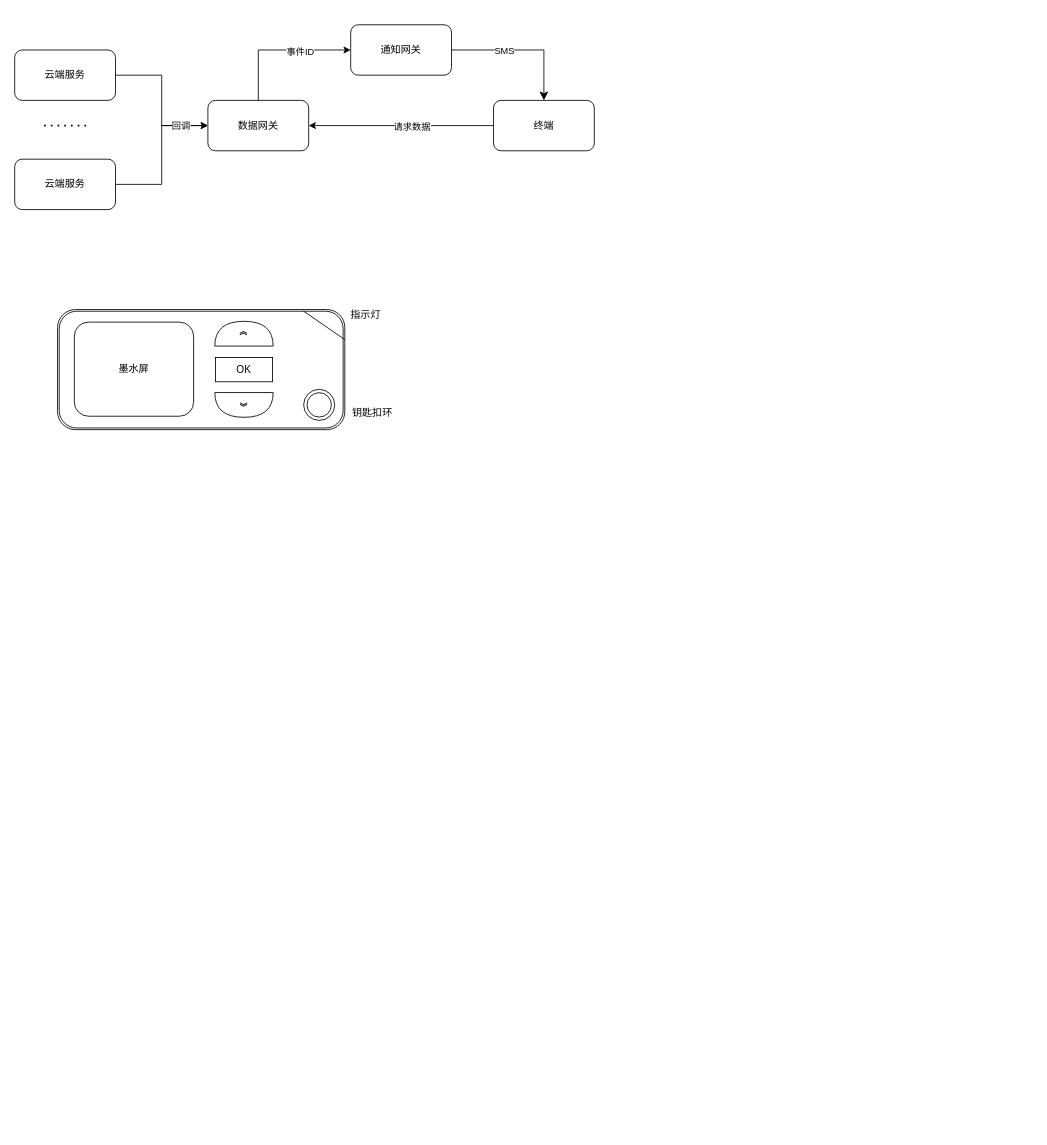
The draw.io diagram 未命名绘图.drawio in jyrnan/Diagram, before the edit. Source tidied: cells renumbered, new cells numbered last; positions are measured from the earlier drawing's top-left corner, leaving out a move shared by most shapes. Both pictures are drawn from the tidied source at 84%, with x=0, y=0 at pixel (14, 24).
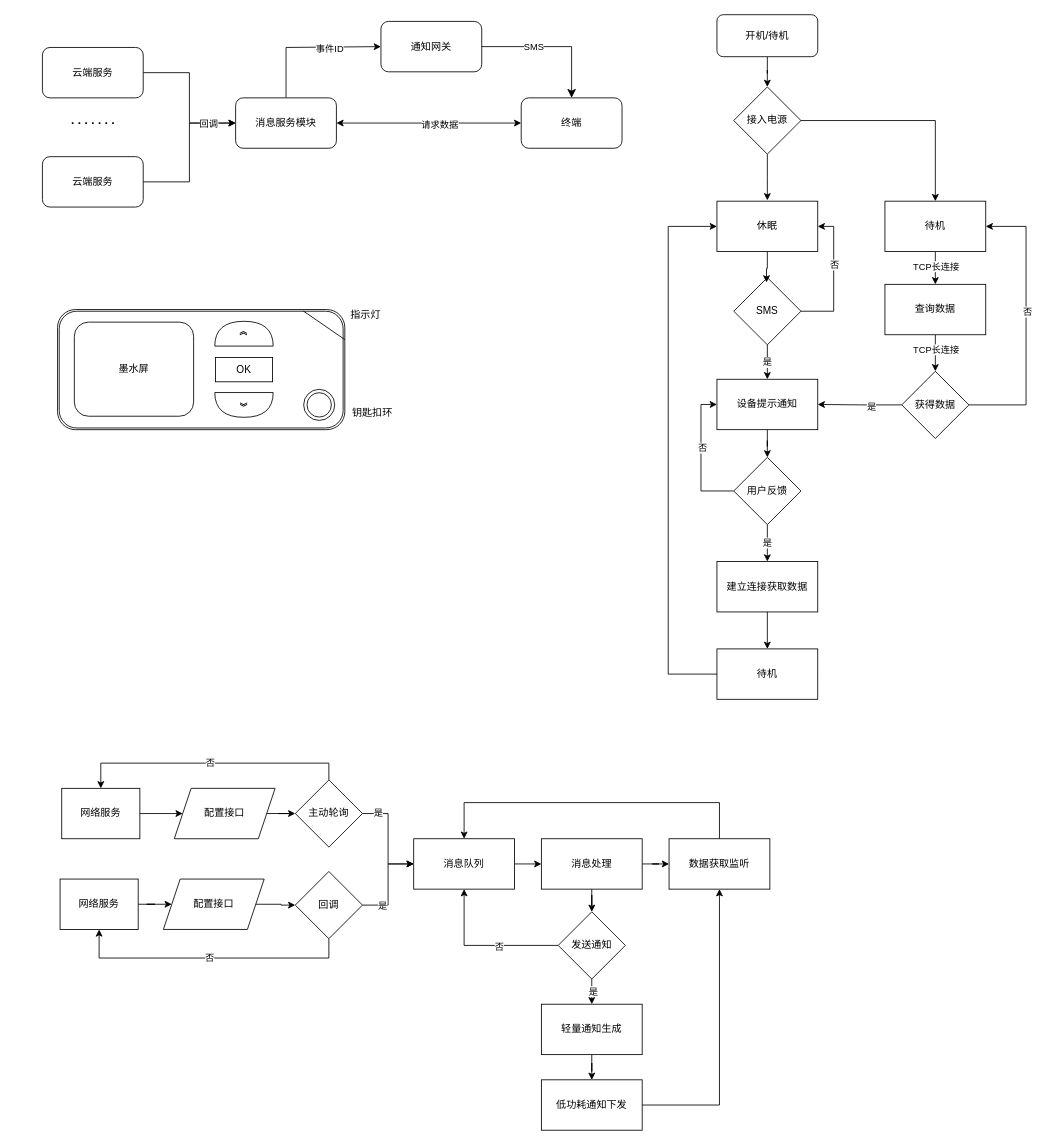
The same diagram, later.

Commit message:
更新未命名绘图.drawio

Change to the diagram source:
```diff
@@
     <mxCell id="3" value="云端服务" style="rounded=1;whiteSpace=wrap;html=1;" parent="1" vertex="1">
-      <mxGeometry y="160" width="120" height="60" as="geometry" />
+      <mxGeometry x="33" y="157" width="120" height="60" as="geometry" />
     </mxCell>
@@
     <mxCell id="6" value="云端服务" style="rounded=1;whiteSpace=wrap;html=1;" parent="1" vertex="1">
-      <mxGeometry y="30" width="120" height="60" as="geometry" />
+      <mxGeometry x="33" y="27" width="120" height="60" as="geometry" />
     </mxCell>
     <mxCell id="7" style="edgeStyle=orthogonalEdgeStyle;rounded=0;jettySize=auto;html=1;entryX=0;entryY=0.5;entryDx=0;entryDy=0;" parent="1" edge="1" source="9" target="10">
       <mxGeometry relative="1" as="geometry">
         <Array as="points">
-          <mxPoint x="290" y="30" />
+          <mxPoint x="323" y="27" />
         </Array>
       </mxGeometry>
     </mxCell>
@@
-    <mxCell id="9" value="数据网关" style="rounded=1;whiteSpace=wrap;html=1;" parent="1" vertex="1">
-      <mxGeometry x="230" y="90" width="120" height="60" as="geometry" />
+    <mxCell id="9" value="消息服务模块" style="rounded=1;whiteSpace=wrap;html=1;" parent="1" vertex="1">
+      <mxGeometry x="263" y="87" width="120" height="60" as="geometry" />
     </mxCell>
     <mxCell id="10" value="通知网关" style="rounded=1;whiteSpace=wrap;html=1;" parent="1" vertex="1">
-      <mxGeometry x="400" width="120" height="60" as="geometry" />
+      <mxGeometry x="436" y="-4" width="120" height="60" as="geometry" />
     </mxCell>
-    <mxCell id="11" style="edgeStyle=orthogonalEdgeStyle;rounded=0;jettySize=auto;html=1;entryX=1;entryY=0.5;entryDx=0;entryDy=0;" parent="1" edge="1" source="13" target="9">
+    <mxCell id="11" style="edgeStyle=orthogonalEdgeStyle;rounded=0;jettySize=auto;html=1;entryX=1;entryY=0.5;entryDx=0;entryDy=0;startArrow=classic;startFill=1;" parent="1" edge="1" source="13" target="9">
       <mxGeometry relative="1" as="geometry" />
     </mxCell>
@@
     <mxCell id="13" value="终端" style="rounded=1;whiteSpace=wrap;html=1;" parent="1" vertex="1">
-      <mxGeometry x="570" y="90" width="120" height="60" as="geometry" />
+      <mxGeometry x="603" y="87" width="120" height="60" as="geometry" />
     </mxCell>
     <mxCell id="14" style="endArrow=none;dashed=1;html=1;dashPattern=1 3;strokeWidth=2;rounded=0;" parent="1" edge="1">
       <mxGeometry relative="1" as="geometry">
-        <mxPoint x="35" y="120" as="sourcePoint" />
-        <mxPoint x="90" y="120" as="targetPoint" />
+        <mxPoint x="68" y="117" as="sourcePoint" />
+        <mxPoint x="123" y="117" as="targetPoint" />
       </mxGeometry>
     </mxCell>
@@
+    <mxCell id="26" style="edgeStyle=orthogonalEdgeStyle;rounded=0;jettySize=auto;html=1;" parent="1" edge="1" source="28">
+      <mxGeometry relative="1" as="geometry">
+        <mxPoint x="896" y="209" as="targetPoint" />
+      </mxGeometry>
+    </mxCell>
+    <mxCell id="27" style="edgeStyle=orthogonalEdgeStyle;rounded=0;jettySize=auto;html=1;entryX=0.5;entryY=0;entryDx=0;entryDy=0;" parent="1" edge="1" source="28" target="33">
+      <mxGeometry relative="1" as="geometry" />
+    </mxCell>
+    <mxCell id="28" value="接入电源" style="rhombus;whiteSpace=wrap;html=1;" parent="1" vertex="1">
+      <mxGeometry x="856" y="74" width="80" height="80" as="geometry" />
+    </mxCell>
+    <mxCell id="29" style="edgeStyle=orthogonalEdgeStyle;rounded=0;jettySize=auto;html=1;entryX=0.5;entryY=0;entryDx=0;entryDy=0;" parent="1" edge="1" source="30" target="28">
+      <mxGeometry relative="1" as="geometry" />
+    </mxCell>
+    <mxCell id="30" value="开机/待机" style="rounded=1;whiteSpace=wrap;html=1;" parent="1" vertex="1">
+      <mxGeometry x="836" y="-12" width="120" height="50" as="geometry" />
+    </mxCell>
+    <mxCell id="31" style="edgeStyle=orthogonalEdgeStyle;rounded=0;jettySize=auto;html=1;" parent="1" edge="1" source="33" target="52">
+      <mxGeometry relative="1" as="geometry" />
+    </mxCell>
+    <mxCell id="32" value="TCP长连接" style="edgeLabel;html=1;align=center;verticalAlign=middle;" parent="31" vertex="1">
+      <mxGeometry x="-0.15" relative="1" as="geometry" />
+    </mxCell>
+    <mxCell id="33" value="待机" style="rounded=0;whiteSpace=wrap;html=1;" parent="1" vertex="1">
+      <mxGeometry x="1036" y="210" width="120" height="60" as="geometry" />
+    </mxCell>
+    <mxCell id="34" value="休眠" style="rounded=0;whiteSpace=wrap;html=1;" parent="1" vertex="1">
+      <mxGeometry x="836" y="210" width="120" height="60" as="geometry" />
+    </mxCell>
+    <mxCell id="35" style="edgeStyle=orthogonalEdgeStyle;rounded=0;jettySize=auto;html=1;entryX=1;entryY=0.5;entryDx=0;entryDy=0;exitX=1;exitY=0.5;exitDx=0;exitDy=0;" parent="1" edge="1" source="38" target="34">
+      <mxGeometry relative="1" as="geometry">
+        <Array as="points">
+          <mxPoint x="975" y="341" />
+          <mxPoint x="975" y="240" />
+        </Array>
+      </mxGeometry>
+    </mxCell>
+    <mxCell id="36" value="否" style="edgeLabel;html=1;align=center;verticalAlign=middle;" parent="35" vertex="1">
+      <mxGeometry x="-0.08" relative="1" as="geometry">
+        <mxPoint y="-22" as="offset" />
+      </mxGeometry>
+    </mxCell>
+    <mxCell id="37" value="是" style="edgeStyle=orthogonalEdgeStyle;rounded=0;jettySize=auto;html=1;exitX=0.5;exitY=1;exitDx=0;exitDy=0;entryX=0.5;entryY=0;entryDx=0;entryDy=0;" parent="1" edge="1" source="38" target="41">
+      <mxGeometry relative="1" as="geometry" />
+    </mxCell>
+    <mxCell id="38" value="SMS" style="rhombus;whiteSpace=wrap;html=1;" parent="1" vertex="1">
+      <mxGeometry x="856" y="301" width="80" height="80" as="geometry" />
+    </mxCell>
+    <mxCell id="39" style="edgeStyle=orthogonalEdgeStyle;rounded=0;jettySize=auto;html=1;entryX=0.488;entryY=0.072;entryDx=0;entryDy=0;entryPerimeter=0;" parent="1" edge="1" source="34" target="38">
+      <mxGeometry relative="1" as="geometry" />
+    </mxCell>
+    <mxCell id="40" style="edgeStyle=orthogonalEdgeStyle;rounded=0;jettySize=auto;html=1;entryX=0.5;entryY=0;entryDx=0;entryDy=0;" parent="1" edge="1" source="41" target="45">
+      <mxGeometry relative="1" as="geometry" />
+    </mxCell>
+    <mxCell id="41" value="设备提示通知" style="rounded=0;whiteSpace=wrap;html=1;" parent="1" vertex="1">
+      <mxGeometry x="836" y="422" width="120" height="60" as="geometry" />
+    </mxCell>
+    <mxCell id="42" value="是" style="edgeStyle=orthogonalEdgeStyle;rounded=0;jettySize=auto;html=1;entryX=0.5;entryY=0;entryDx=0;entryDy=0;" parent="1" edge="1" source="45" target="48">
+      <mxGeometry relative="1" as="geometry" />
+    </mxCell>
+    <mxCell id="43" style="edgeStyle=orthogonalEdgeStyle;rounded=0;jettySize=auto;html=1;entryX=0;entryY=0.5;entryDx=0;entryDy=0;exitX=0;exitY=0.5;exitDx=0;exitDy=0;" parent="1" edge="1" source="45" target="41">
+      <mxGeometry relative="1" as="geometry">
+        <Array as="points">
+          <mxPoint x="817" y="555" />
+          <mxPoint x="817" y="452" />
+        </Array>
+      </mxGeometry>
+    </mxCell>
+    <mxCell id="44" value="否" style="edgeLabel;html=1;align=center;verticalAlign=middle;" parent="43" vertex="1">
+      <mxGeometry x="0.13" y="-1" relative="1" as="geometry" />
+    </mxCell>
+    <mxCell id="45" value="用户反馈" style="rhombus;whiteSpace=wrap;html=1;" parent="1" vertex="1">
+      <mxGeometry x="856" y="515" width="80" height="80" as="geometry" />
+    </mxCell>
+    <mxCell id="46" style="edgeStyle=orthogonalEdgeStyle;rounded=0;jettySize=auto;html=1;entryX=0;entryY=0.5;entryDx=0;entryDy=0;exitX=1;exitY=0.5;exitDx=0;exitDy=0;" parent="1" edge="1" source="49" target="34">
+      <mxGeometry relative="1" as="geometry">
+        <Array as="points">
+          <mxPoint x="778" y="773" />
+          <mxPoint x="778" y="240" />
+        </Array>
+      </mxGeometry>
+    </mxCell>
+    <mxCell id="47" style="edgeStyle=orthogonalEdgeStyle;rounded=0;jettySize=auto;html=1;entryX=0.5;entryY=0;entryDx=0;entryDy=0;" parent="1" edge="1" source="48" target="49">
+      <mxGeometry relative="1" as="geometry" />
+    </mxCell>
+    <mxCell id="48" value="建立连接获取数据" style="rounded=0;whiteSpace=wrap;html=1;" parent="1" vertex="1">
+      <mxGeometry x="836" y="639" width="120" height="60" as="geometry" />
+    </mxCell>
+    <mxCell id="49" value="待机" style="rounded=0;whiteSpace=wrap;html=1;" parent="1" vertex="1">
+      <mxGeometry x="836" y="743" width="120" height="60" as="geometry" />
+    </mxCell>
+    <mxCell id="50" style="edgeStyle=orthogonalEdgeStyle;rounded=0;jettySize=auto;html=1;entryX=0.5;entryY=0;entryDx=0;entryDy=0;" parent="1" edge="1" source="52" target="57">
+      <mxGeometry relative="1" as="geometry" />
+    </mxCell>
+    <mxCell id="51" value="TCP长连接" style="edgeLabel;html=1;align=center;verticalAlign=middle;" parent="50" vertex="1">
+      <mxGeometry x="-0.21" relative="1" as="geometry" />
+    </mxCell>
+    <mxCell id="52" value="查询数据" style="rounded=0;whiteSpace=wrap;html=1;" parent="1" vertex="1">
+      <mxGeometry x="1036" y="309" width="120" height="60" as="geometry" />
+    </mxCell>
+    <mxCell id="53" style="edgeStyle=orthogonalEdgeStyle;rounded=0;jettySize=auto;html=1;entryX=1;entryY=0.5;entryDx=0;entryDy=0;" parent="1" edge="1" source="57" target="41">
+      <mxGeometry relative="1" as="geometry" />
+    </mxCell>
+    <mxCell id="54" value="是" style="edgeLabel;html=1;align=center;verticalAlign=middle;" parent="53" vertex="1">
+      <mxGeometry x="-0.26" y="2" relative="1" as="geometry" />
+    </mxCell>
+    <mxCell id="55" style="edgeStyle=orthogonalEdgeStyle;rounded=0;jettySize=auto;html=1;entryX=1;entryY=0.5;entryDx=0;entryDy=0;" parent="1" edge="1" source="57" target="33">
+      <mxGeometry relative="1" as="geometry">
+        <Array as="points">
+          <mxPoint x="1204" y="452" />
+          <mxPoint x="1204" y="240" />
+        </Array>
+      </mxGeometry>
+    </mxCell>
+    <mxCell id="56" value="否" style="edgeLabel;html=1;align=center;verticalAlign=middle;" parent="55" vertex="1">
+      <mxGeometry x="0.09" y="-1" relative="1" as="geometry" />
+    </mxCell>
+    <mxCell id="57" value="获得数据" style="rhombus;whiteSpace=wrap;html=1;" parent="1" vertex="1">
+      <mxGeometry x="1056" y="412.5" width="80" height="80" as="geometry" />
+    </mxCell>
+    <mxCell id="58" style="edgeStyle=orthogonalEdgeStyle;rounded=0;jettySize=auto;html=1;entryX=0.5;entryY=0;entryDx=0;entryDy=0;exitX=0.5;exitY=0;exitDx=0;exitDy=0;" parent="1" edge="1" source="59" target="66">
+      <mxGeometry relative="1" as="geometry">
+        <Array as="points">
+          <mxPoint x="839" y="926" />
+          <mxPoint x="535" y="926" />
+        </Array>
+      </mxGeometry>
+    </mxCell>
+    <mxCell id="59" value="数据获取监听" style="rounded=0;whiteSpace=wrap;html=1;" parent="1" vertex="1">
+      <mxGeometry x="779" y="969" width="120" height="60" as="geometry" />
+    </mxCell>
+    <mxCell id="60" style="edgeStyle=orthogonalEdgeStyle;rounded=0;jettySize=auto;html=1;exitX=1;exitY=0.5;exitDx=0;exitDy=0;entryX=0;entryY=0.5;entryDx=0;entryDy=0;" parent="1" edge="1" source="73" target="66">
+      <mxGeometry relative="1" as="geometry" />
+    </mxCell>
+    <mxCell id="61" value="是" style="edgeLabel;html=1;align=center;verticalAlign=middle;" parent="60" vertex="1">
+      <mxGeometry x="-0.59" relative="1" as="geometry" />
+    </mxCell>
+    <mxCell id="62" value="配置接口" style="shape=parallelogram;perimeter=parallelogramPerimeter;whiteSpace=wrap;html=1;fixedSize=1;" parent="1" vertex="1">
+      <mxGeometry x="177" y="1017" width="120" height="60" as="geometry" />
+    </mxCell>
+    <mxCell id="63" style="edgeStyle=orthogonalEdgeStyle;rounded=0;jettySize=auto;html=1;entryX=0;entryY=0.5;entryDx=0;entryDy=0;" parent="1" edge="1" source="64" target="62">
+      <mxGeometry relative="1" as="geometry" />
+    </mxCell>
+    <mxCell id="64" value="网络服务" style="rounded=0;whiteSpace=wrap;html=1;" parent="1" vertex="1">
+      <mxGeometry x="54" y="1017" width="93" height="60" as="geometry" />
+    </mxCell>
+    <mxCell id="65" style="edgeStyle=orthogonalEdgeStyle;rounded=0;jettySize=auto;html=1;exitX=1;exitY=0.5;exitDx=0;exitDy=0;entryX=0;entryY=0.5;entryDx=0;entryDy=0;" parent="1" edge="1" source="66" target="85">
+      <mxGeometry relative="1" as="geometry" />
+    </mxCell>
+    <mxCell id="66" value="消息队列" style="rounded=0;whiteSpace=wrap;html=1;" parent="1" vertex="1">
+      <mxGeometry x="475" y="969" width="120" height="60" as="geometry" />
+    </mxCell>
+    <mxCell id="67" style="edgeStyle=orthogonalEdgeStyle;rounded=0;jettySize=auto;html=1;entryX=0;entryY=0.5;entryDx=0;entryDy=0;" parent="1" edge="1" source="68" target="70">
+      <mxGeometry relative="1" as="geometry" />
+    </mxCell>
+    <mxCell id="68" value="网络服务" style="rounded=0;whiteSpace=wrap;html=1;" parent="1" vertex="1">
+      <mxGeometry x="56" y="909" width="93" height="60" as="geometry" />
+    </mxCell>
+    <mxCell id="69" style="edgeStyle=orthogonalEdgeStyle;rounded=0;jettySize=auto;html=1;entryX=0;entryY=0.5;entryDx=0;entryDy=0;" parent="1" edge="1" source="70" target="77">
+      <mxGeometry relative="1" as="geometry" />
+    </mxCell>
+    <mxCell id="70" value="配置接口" style="shape=parallelogram;perimeter=parallelogramPerimeter;whiteSpace=wrap;html=1;fixedSize=1;" parent="1" vertex="1">
+      <mxGeometry x="190" y="909" width="120" height="60" as="geometry" />
+    </mxCell>
+    <mxCell id="71" style="edgeStyle=orthogonalEdgeStyle;rounded=0;jettySize=auto;html=1;exitX=1;exitY=0.5;exitDx=0;exitDy=0;entryX=0;entryY=0.5;entryDx=0;entryDy=0;" parent="1" edge="1" source="62" target="73">
+      <mxGeometry relative="1" as="geometry" />
+    </mxCell>
+    <mxCell id="72" value="否" style="edgeStyle=orthogonalEdgeStyle;rounded=0;jettySize=auto;html=1;entryX=0.5;entryY=1;entryDx=0;entryDy=0;" parent="1" edge="1" source="73" target="64">
+      <mxGeometry relative="1" as="geometry">
+        <Array as="points">
+          <mxPoint x="374" y="1111" />
+          <mxPoint x="101" y="1111" />
+        </Array>
+      </mxGeometry>
+    </mxCell>
+    <mxCell id="73" value="回调" style="rhombus;whiteSpace=wrap;html=1;" parent="1" vertex="1">
+      <mxGeometry x="334" y="1008" width="80" height="80" as="geometry" />
+    </mxCell>
+    <mxCell id="74" style="edgeStyle=orthogonalEdgeStyle;rounded=0;jettySize=auto;html=1;exitX=1;exitY=0.5;exitDx=0;exitDy=0;entryX=0;entryY=0.5;entryDx=0;entryDy=0;" parent="1" edge="1" source="77" target="66">
+      <mxGeometry relative="1" as="geometry" />
+    </mxCell>
+    <mxCell id="75" value="是" style="edgeLabel;html=1;align=center;verticalAlign=middle;" parent="74" vertex="1">
+      <mxGeometry x="-0.7" y="1" relative="1" as="geometry" />
+    </mxCell>
+    <mxCell id="76" value="否" style="edgeStyle=orthogonalEdgeStyle;rounded=0;jettySize=auto;html=1;exitX=0.5;exitY=0;exitDx=0;exitDy=0;entryX=0.5;entryY=0;entryDx=0;entryDy=0;" parent="1" edge="1" source="77" target="68">
+      <mxGeometry relative="1" as="geometry" />
+    </mxCell>
+    <mxCell id="77" value="主动轮询" style="rhombus;whiteSpace=wrap;html=1;" parent="1" vertex="1">
+      <mxGeometry x="334" y="899" width="80" height="80" as="geometry" />
+    </mxCell>
+    <mxCell id="78" style="edgeStyle=orthogonalEdgeStyle;rounded=0;jettySize=auto;html=1;exitX=0.5;exitY=1;exitDx=0;exitDy=0;entryX=0.5;entryY=0;entryDx=0;entryDy=0;" parent="1" edge="1" source="82" target="87">
+      <mxGeometry relative="1" as="geometry" />
+    </mxCell>
+    <mxCell id="79" value="是" style="edgeLabel;html=1;align=center;verticalAlign=middle;" parent="78" vertex="1">
+      <mxGeometry x="-0.09" y="1" relative="1" as="geometry" />
+    </mxCell>
+    <mxCell id="80" style="edgeStyle=orthogonalEdgeStyle;rounded=0;jettySize=auto;html=1;entryX=0.5;entryY=1;entryDx=0;entryDy=0;" parent="1" edge="1" source="82" target="66">
+      <mxGeometry relative="1" as="geometry" />
+    </mxCell>
+    <mxCell id="81" value="否" style="edgeLabel;html=1;align=center;verticalAlign=middle;" parent="80" vertex="1">
+      <mxGeometry x="-0.21" y="1" relative="1" as="geometry" />
+    </mxCell>
+    <mxCell id="82" value="发送通知" style="rhombus;whiteSpace=wrap;html=1;" parent="1" vertex="1">
+      <mxGeometry x="647" y="1056" width="80" height="80" as="geometry" />
+    </mxCell>
+    <mxCell id="83" style="edgeStyle=orthogonalEdgeStyle;rounded=0;jettySize=auto;html=1;entryX=0.5;entryY=0;entryDx=0;entryDy=0;" parent="1" edge="1" source="85" target="82">
+      <mxGeometry relative="1" as="geometry" />
+    </mxCell>
+    <mxCell id="84" style="edgeStyle=orthogonalEdgeStyle;rounded=0;jettySize=auto;html=1;entryX=0;entryY=0.5;entryDx=0;entryDy=0;" parent="1" edge="1" source="85" target="59">
+      <mxGeometry relative="1" as="geometry" />
+    </mxCell>
+    <mxCell id="85" value="消息处理" style="rounded=0;whiteSpace=wrap;html=1;" parent="1" vertex="1">
+      <mxGeometry x="627" y="969" width="120" height="60" as="geometry" />
+    </mxCell>
+    <mxCell id="86" style="edgeStyle=orthogonalEdgeStyle;rounded=0;jettySize=auto;html=1;exitX=0.5;exitY=1;exitDx=0;exitDy=0;" parent="1" edge="1" source="87" target="89">
+      <mxGeometry relative="1" as="geometry" />
+    </mxCell>
+    <mxCell id="87" value="轻量通知生成" style="rounded=0;whiteSpace=wrap;html=1;" parent="1" vertex="1">
+      <mxGeometry x="627" y="1166" width="120" height="60" as="geometry" />
+    </mxCell>
+    <mxCell id="88" style="edgeStyle=orthogonalEdgeStyle;rounded=0;jettySize=auto;html=1;" parent="1" edge="1" source="89" target="59">
+      <mxGeometry relative="1" as="geometry" />
+    </mxCell>
+    <mxCell id="89" value="低功耗通知下发" style="rounded=0;whiteSpace=wrap;html=1;" parent="1" vertex="1">
+      <mxGeometry x="627" y="1256" width="120" height="60" as="geometry" />
+    </mxCell>
```
